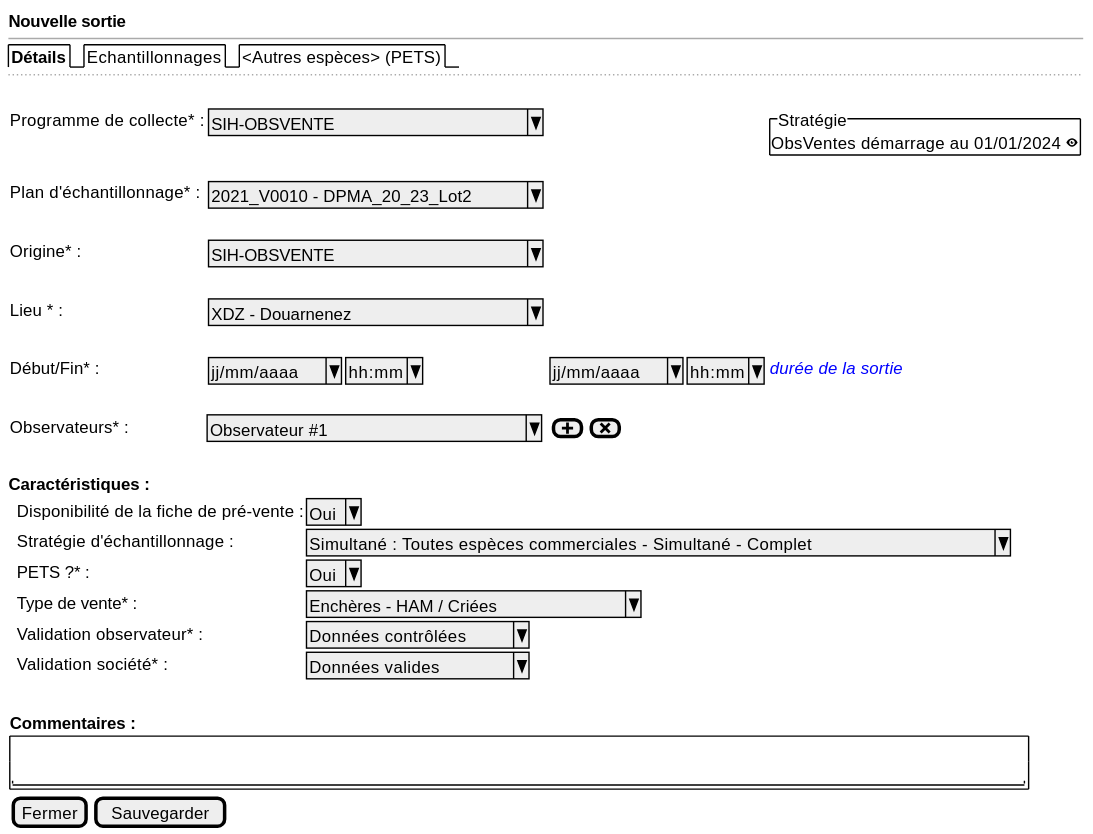
Above: projects/obsvente/spe/images/observed-location-new.svg in sumaris-net/sumaris-doc (PlantUML), before the change. Its source is kept beside it as projects/obsvente/spe/images/observed-location-new.puml.
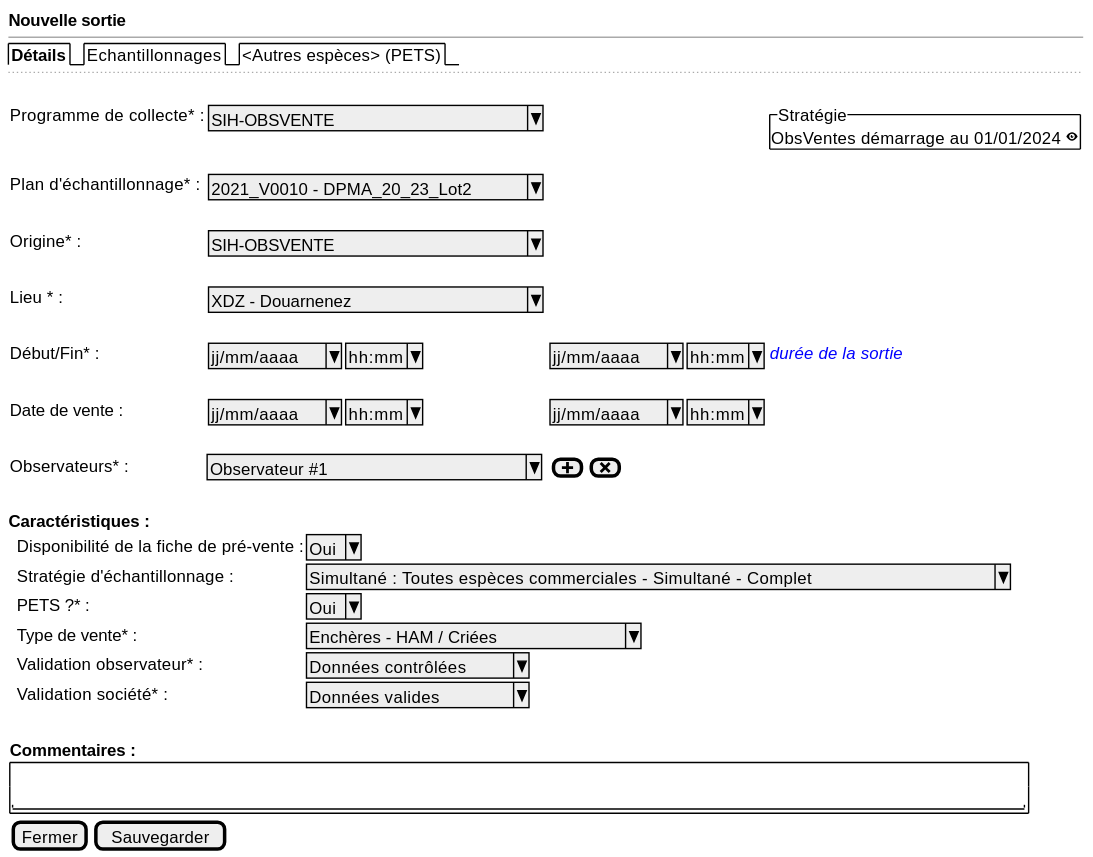
After the change.

Diff of the diagram source:
```diff
@@ -16,6 +16,8 @@
       Lieu * :     | { ^XDZ - Douarnenez            ^ }
       .
       Début/Fin* :     | { ^jj/mm/aaaa^  |  ^hh:mm^ } { ^jj/mm/aaaa^  |  ^hh:mm^ } <i><color:blue>durée de la sortie
+      .
+      Date de vente :     | { ^jj/mm/aaaa^  |  ^hh:mm^ } { ^jj/mm/aaaa^  |  ^hh:mm^ }
       .
       Observateurs* :            | ^ Observateur #1             ^ | { [<&plus>] | [<&x>] }
       .
```
